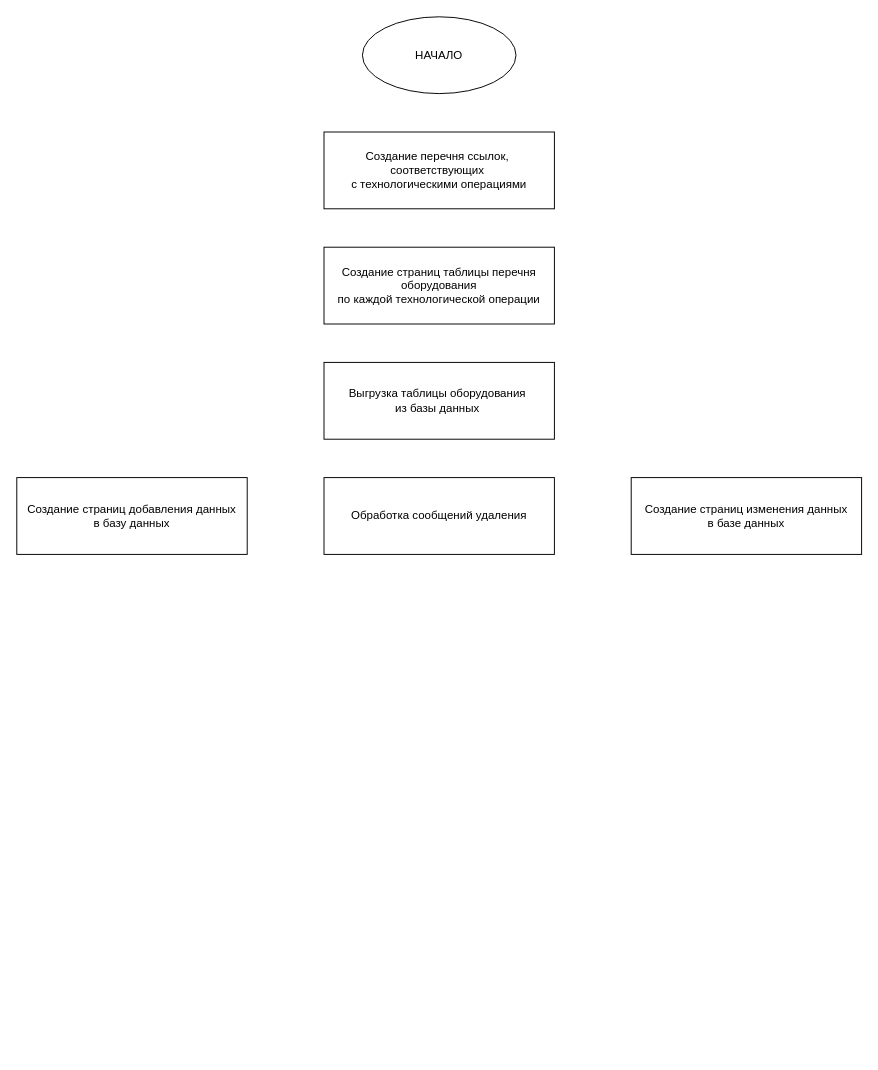
This is Untitled 6.drawio from khanhbg339/Myproject, a draw.io file, before an edit. Source tidied: cells renumbered, new cells numbered last; positions are measured from the earlier drawing's top-left corner, leaving out a move shared by most shapes. Both pictures are drawn from the tidied source at 96%, with x=0, y=0 at pixel (16, 16).
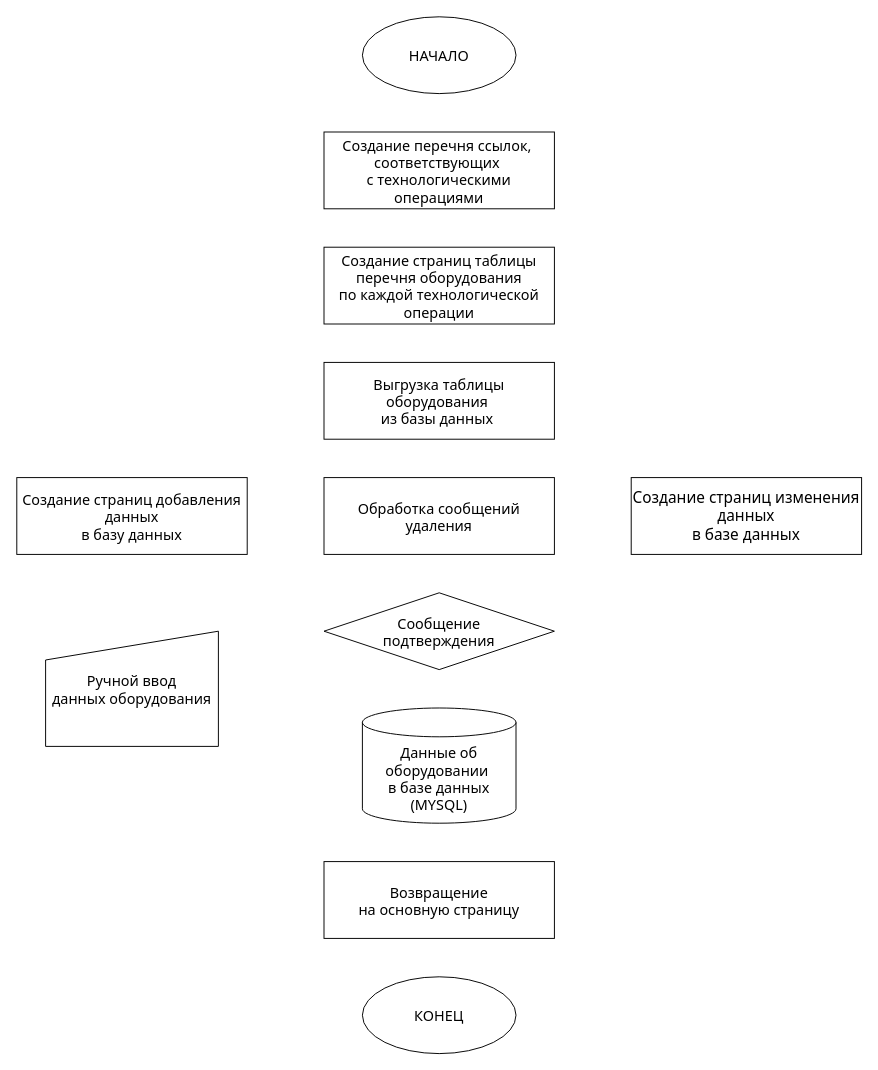
After the change.

The edit, as a diff of the source:
```diff
@@
 <mxGraphModel>
   <root>
     <mxCell id="0" />
     <mxCell id="1" parent="0" />
-    <mxCell id="2" value="НАЧАЛО" style="ellipse;whiteSpace=wrap;html=1;" parent="1" vertex="1">
+    <mxCell id="2" value="НАЧАЛО" style="ellipse;whiteSpace=wrap;html=1;fontSize=15;fontFamily=Tahoma;" parent="1" vertex="1">
       <mxGeometry x="360" width="160" height="80" as="geometry" />
     </mxCell>
-    <mxCell id="3" value="Создание перечня ссылок,&amp;nbsp;&lt;br&gt;соответствующих&amp;nbsp;&lt;br&gt;с технологическими операциями" style="rounded=0;whiteSpace=wrap;html=1;" parent="1" vertex="1">
+    <mxCell id="3" value="Создание перечня ссылок,&amp;nbsp;&lt;br style=&quot;font-size: 15px;&quot;&gt;соответствующих&amp;nbsp;&lt;br style=&quot;font-size: 15px;&quot;&gt;с технологическими операциями" style="rounded=0;whiteSpace=wrap;html=1;fontSize=15;fontFamily=Tahoma;" parent="1" vertex="1">
       <mxGeometry x="320" y="120" width="240" height="80" as="geometry" />
     </mxCell>
-    <mxCell id="4" value="Создание страниц таблицы перечня оборудования &lt;br&gt;по каждой технологической операции" style="rounded=0;whiteSpace=wrap;html=1;" parent="1" vertex="1">
+    <mxCell id="4" value="Создание страниц таблицы перечня оборудования &lt;br style=&quot;font-size: 15px;&quot;&gt;по каждой технологической операции&lt;br style=&quot;font-size: 15px;&quot;&gt;" style="rounded=0;whiteSpace=wrap;html=1;fontSize=15;fontFamily=Tahoma;" parent="1" vertex="1">
       <mxGeometry x="320" y="240" width="240" height="80" as="geometry" />
     </mxCell>
-    <mxCell id="5" value="Выгрузка таблицы оборудования&amp;nbsp;&lt;br&gt;из базы данных&amp;nbsp;" style="rounded=0;whiteSpace=wrap;html=1;" parent="1" vertex="1">
+    <mxCell id="5" value="Выгрузка таблицы оборудования&amp;nbsp;&lt;br style=&quot;font-size: 15px;&quot;&gt;из базы данных&amp;nbsp;" style="rounded=0;whiteSpace=wrap;html=1;fontSize=15;fontFamily=Tahoma;" parent="1" vertex="1">
       <mxGeometry x="320" y="360" width="240" height="80" as="geometry" />
     </mxCell>
-    <mxCell id="6" value="Обработка сообщений удаления" style="rounded=0;whiteSpace=wrap;html=1;" parent="1" vertex="1">
+    <mxCell id="6" value="Обработка сообщений удаления" style="rounded=0;whiteSpace=wrap;html=1;fontSize=15;fontFamily=Tahoma;" parent="1" vertex="1">
       <mxGeometry x="320" y="480" width="240" height="80" as="geometry" />
     </mxCell>
-    <mxCell id="7" value="Создание страниц добавления данных&lt;br&gt;в базу данных" style="rounded=0;whiteSpace=wrap;html=1;" parent="1" vertex="1">
+    <mxCell id="7" value="Создание страниц добавления данных&lt;br style=&quot;font-size: 15px;&quot;&gt;в базу данных" style="rounded=0;whiteSpace=wrap;html=1;fontSize=15;fontFamily=Tahoma;" parent="1" vertex="1">
       <mxGeometry y="480" width="240" height="80" as="geometry" />
     </mxCell>
-    <mxCell id="8" value="Создание страниц изменения данных&lt;br&gt;в базе данных" style="rounded=0;whiteSpace=wrap;html=1;" parent="1" vertex="1">
+    <mxCell id="8" value="Создание страниц изменения данных&lt;br style=&quot;font-size: 16px;&quot;&gt;в базе данных" style="rounded=0;whiteSpace=wrap;html=1;fontSize=16;fontFamily=Tahoma;" parent="1" vertex="1">
       <mxGeometry x="640" y="480" width="240" height="80" as="geometry" />
     </mxCell>
+    <mxCell id="9" value="Сообщение&lt;br style=&quot;font-size: 15px;&quot;&gt;подтверждения" style="rhombus;whiteSpace=wrap;html=1;fontSize=15;fontFamily=Tahoma;" parent="1" vertex="1">
+      <mxGeometry x="320" y="600" width="240" height="80" as="geometry" />
+    </mxCell>
+    <mxCell id="10" value="Данные об оборудовании&amp;nbsp;&lt;br style=&quot;font-size: 15px;&quot;&gt;в базе данных (MYSQL)" style="shape=cylinder3;whiteSpace=wrap;html=1;boundedLbl=1;backgroundOutline=1;size=15;fontSize=15;fontFamily=Tahoma;" parent="1" vertex="1">
+      <mxGeometry x="360" y="720" width="160" height="120" as="geometry" />
+    </mxCell>
+    <mxCell id="11" value="Возвращение &lt;br style=&quot;font-size: 15px;&quot;&gt;на основную страницу" style="rounded=0;whiteSpace=wrap;html=1;fontSize=15;fontFamily=Tahoma;" parent="1" vertex="1">
+      <mxGeometry x="320" y="880" width="240" height="80" as="geometry" />
+    </mxCell>
+    <mxCell id="12" value="КОНЕЦ" style="ellipse;whiteSpace=wrap;html=1;fontSize=15;fontFamily=Tahoma;" parent="1" vertex="1">
+      <mxGeometry x="360" y="1000" width="160" height="80" as="geometry" />
+    </mxCell>
+    <mxCell id="13" value="Ручной ввод&lt;br style=&quot;font-size: 15px;&quot;&gt;данных оборудования" style="shape=manualInput;whiteSpace=wrap;html=1;fontFamily=Tahoma;fontSize=15;" parent="1" vertex="1">
+      <mxGeometry x="30" y="640" width="180" height="120" as="geometry" />
+    </mxCell>
   </root>
 </mxGraphModel>
```
